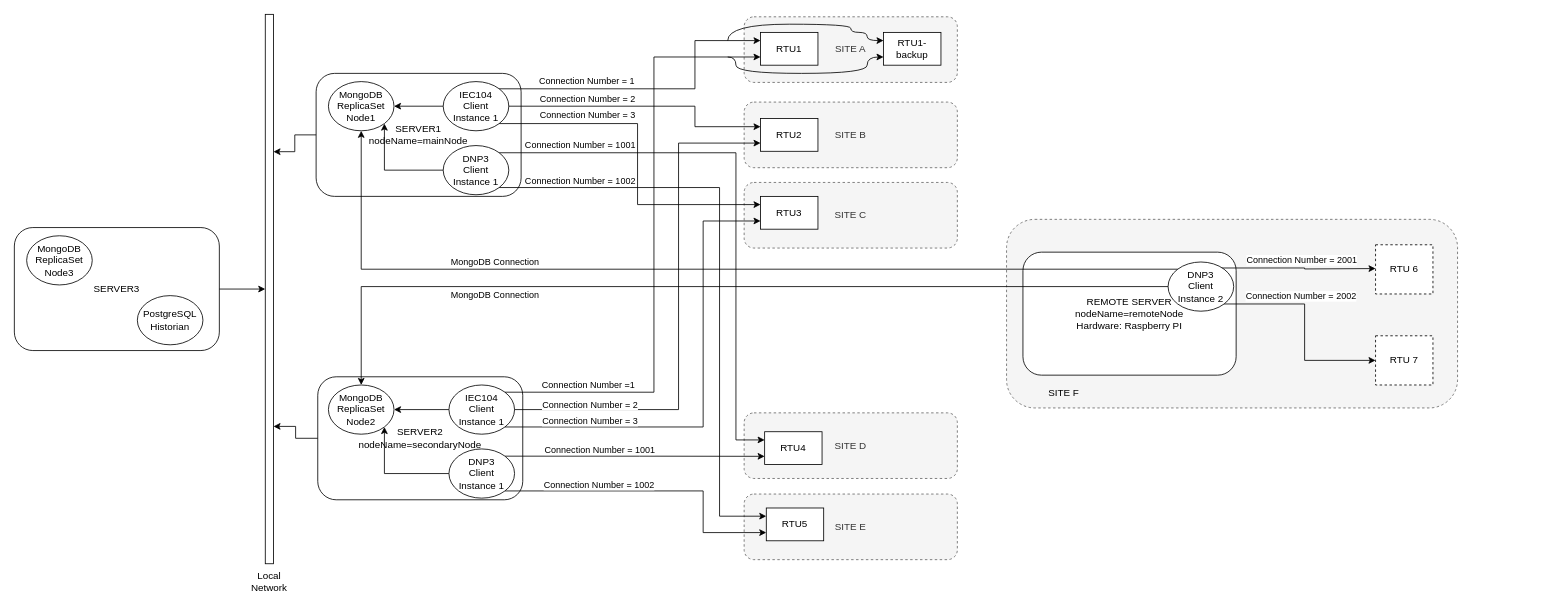
The draw.io diagram docs/JSON-SCADA_Connections.drawio in riclolsen/json-scada, before the edit. Source tidied: cells renumbered, new cells numbered last; positions are measured from the earlier drawing's top-left corner, leaving out a move shared by most shapes. Both pictures are drawn from the tidied source at 82%, with x=0, y=0 at pixel (14, 14).
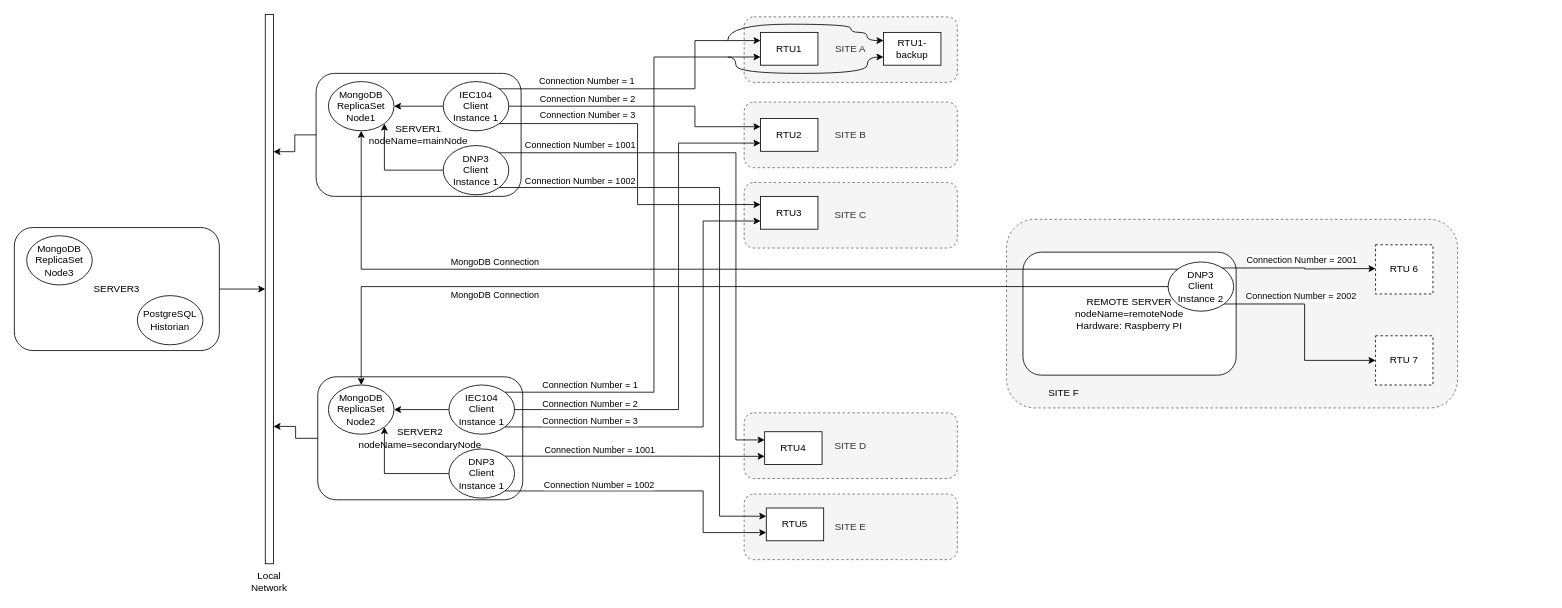
The same diagram, later.

The change refers to these unchanged cells:
```xml
<mxCell id="29" style="edgeStyle=orthogonalEdgeStyle;rounded=0;jettySize=auto;html=1;exitX=1;exitY=0;exitDx=0;exitDy=0;" parent="1" edge="1" source="22">
  <mxGeometry relative="1" as="geometry">
    <mxPoint x="910" y="52" as="targetPoint" />
    <Array as="points">
      <mxPoint x="780" y="461" />
      <mxPoint x="780" y="52" />
    </Array>
  </mxGeometry>
</mxCell>
<mxCell id="31" style="edgeStyle=orthogonalEdgeStyle;rounded=0;jettySize=auto;html=1;exitX=1;exitY=0.5;exitDx=0;exitDy=0;entryX=0;entryY=0.75;entryDx=0;entryDy=0;" parent="1" edge="1" source="22" target="26">
  <mxGeometry relative="1" as="geometry">
    <Array as="points">
      <mxPoint x="810" y="482" />
      <mxPoint x="810" y="157" />
    </Array>
  </mxGeometry>
</mxCell>
```

Diff of the diagram source:
```diff
@@
-    <mxCell id="30" value="Connection Number =1" style="edgeLabel;html=1;align=center;verticalAlign=middle;" parent="29" vertex="1">
+    <mxCell id="30" value="Connection Number = 1" style="edgeLabel;html=1;align=center;verticalAlign=middle;" parent="29" vertex="1">
       <mxGeometry x="-0.79" y="1" relative="1" as="geometry">
-        <mxPoint x="25" y="-8" as="offset" />
+        <mxPoint x="27" y="-8" as="offset" />
       </mxGeometry>
     </mxCell>
@@
     <mxCell id="32" value="Connection Number = 2" style="edgeLabel;html=1;align=center;verticalAlign=middle;" parent="31" vertex="1">
       <mxGeometry x="-0.75" y="1" relative="1" as="geometry">
-        <mxPoint x="13.4" y="-6" as="offset" />
+        <mxPoint x="13.4" y="-7" as="offset" />
       </mxGeometry>
     </mxCell>
```
